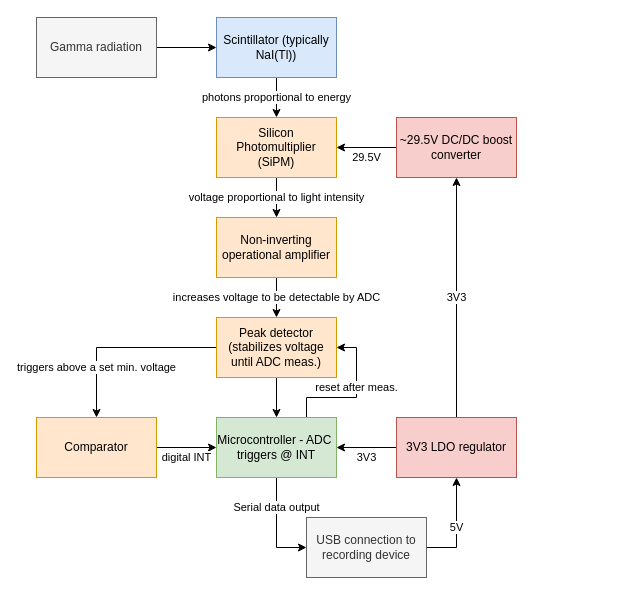
Above: docs/flow.drawio in OpenGammaProject/Open-Gamma-Detector (draw.io), before the change. Source tidied: cells renumbered, new cells numbered last; positions are measured from the earlier drawing's top-left corner, leaving out a move shared by most shapes. Both pictures are drawn from the tidied source at 100%, with x=0, y=0 at pixel (36, 17).
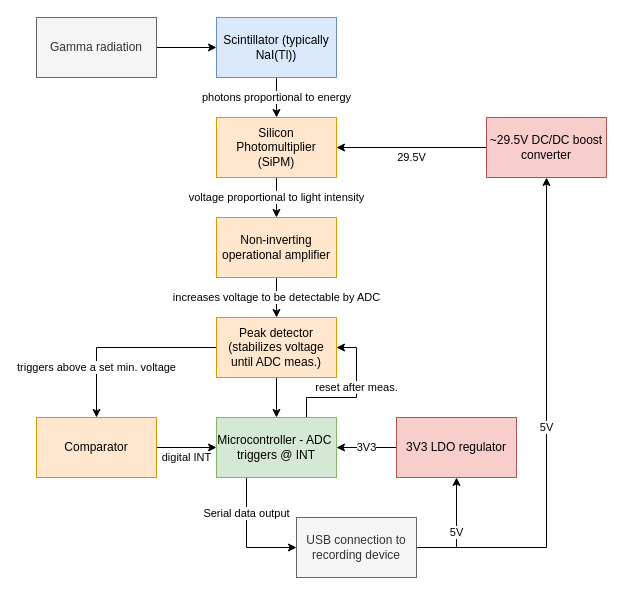
Above is the later version.

The change refers to these unchanged cells:
```xml
<mxCell id="4" value="Microcontroller - ADC&amp;nbsp; triggers @ INT" style="rounded=0;whiteSpace=wrap;html=1;fillColor=#d5e8d4;strokeColor=#82b366;" parent="1" vertex="1">
  <mxGeometry x="180" y="400" width="120" height="60" as="geometry" />
</mxCell>
<mxCell id="17" value="3V3 LDO regulator" style="rounded=0;whiteSpace=wrap;html=1;fillColor=#f8cecc;strokeColor=#b85450;" parent="1" vertex="1">
  <mxGeometry x="360" y="400" width="120" height="60" as="geometry" />
</mxCell>
```

Change to the diagram source:
```diff
@@
-    <mxCell id="2" value="Serial data output" style="edgeStyle=orthogonalEdgeStyle;rounded=0;jettySize=auto;html=1;exitX=0.5;exitY=1;exitDx=0;exitDy=0;entryX=0;entryY=0.5;entryDx=0;entryDy=0;" parent="1" edge="1" source="4" target="14">
+    <mxCell id="2" value="Serial data output" style="edgeStyle=orthogonalEdgeStyle;rounded=0;jettySize=auto;html=1;exitX=0.25;exitY=1;exitDx=0;exitDy=0;entryX=0;entryY=0.5;entryDx=0;entryDy=0;" parent="1" edge="1" source="4" target="14">
       <mxGeometry x="-0.4" relative="1" as="geometry" />
     </mxCell>
@@
     <mxCell id="12" value="~29.5V DC/DC boost converter" style="rounded=0;whiteSpace=wrap;html=1;fillColor=#f8cecc;strokeColor=#b85450;" parent="1" vertex="1">
-      <mxGeometry x="360" y="100" width="120" height="60" as="geometry" />
+      <mxGeometry x="450" y="100" width="120" height="60" as="geometry" />
     </mxCell>
+    <mxCell id="25" value="5V" style="edgeStyle=orthogonalEdgeStyle;rounded=0;jettySize=auto;html=1;exitX=1;exitY=0.5;exitDx=0;exitDy=0;entryX=0.5;entryY=1;entryDx=0;entryDy=0;" parent="1" edge="1" source="14" target="12">
+      <mxGeometry relative="1" as="geometry" />
+    </mxCell>
@@
     <mxCell id="14" value="&lt;div&gt;USB connection to recording device&lt;/div&gt;" style="rounded=0;whiteSpace=wrap;html=1;fillColor=#f5f5f5;fontColor=#333333;strokeColor=#666666;" parent="1" vertex="1">
-      <mxGeometry x="270" y="500" width="120" height="60" as="geometry" />
+      <mxGeometry x="260" y="500" width="120" height="60" as="geometry" />
     </mxCell>
     <mxCell id="15" value="3V3" style="edgeStyle=orthogonalEdgeStyle;rounded=0;jettySize=auto;html=1;" parent="1" edge="1" source="17" target="4">
-      <mxGeometry y="10" relative="1" as="geometry" />
+      <mxGeometry relative="1" as="geometry" />
     </mxCell>
-    <mxCell id="16" value="3V3" style="edgeStyle=orthogonalEdgeStyle;rounded=0;jettySize=auto;html=1;exitX=0.5;exitY=0;exitDx=0;exitDy=0;entryX=0.5;entryY=1;entryDx=0;entryDy=0;" parent="1" edge="1" source="17" target="12">
-      <mxGeometry relative="1" as="geometry" />
-    </mxCell>
```
